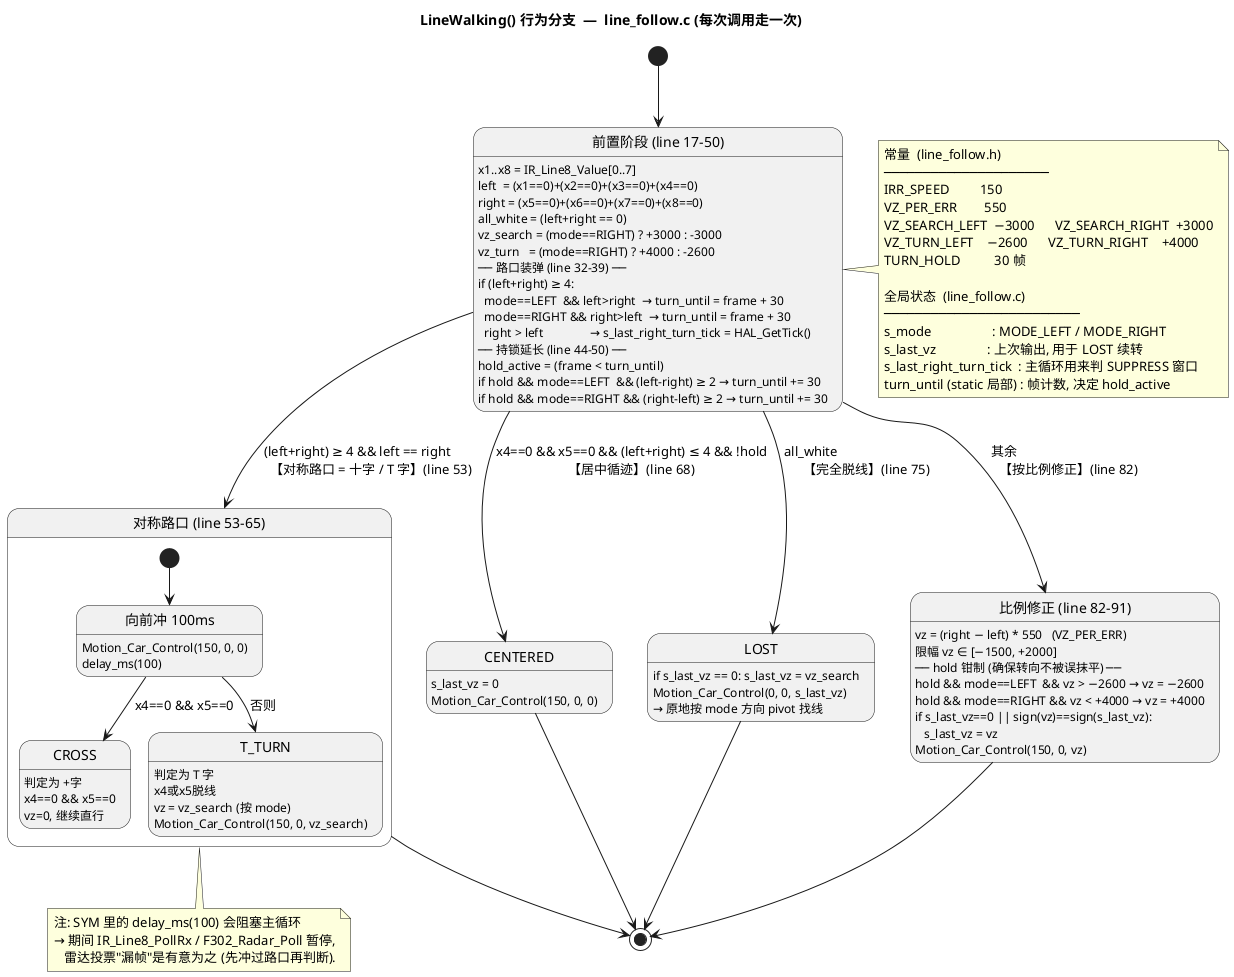
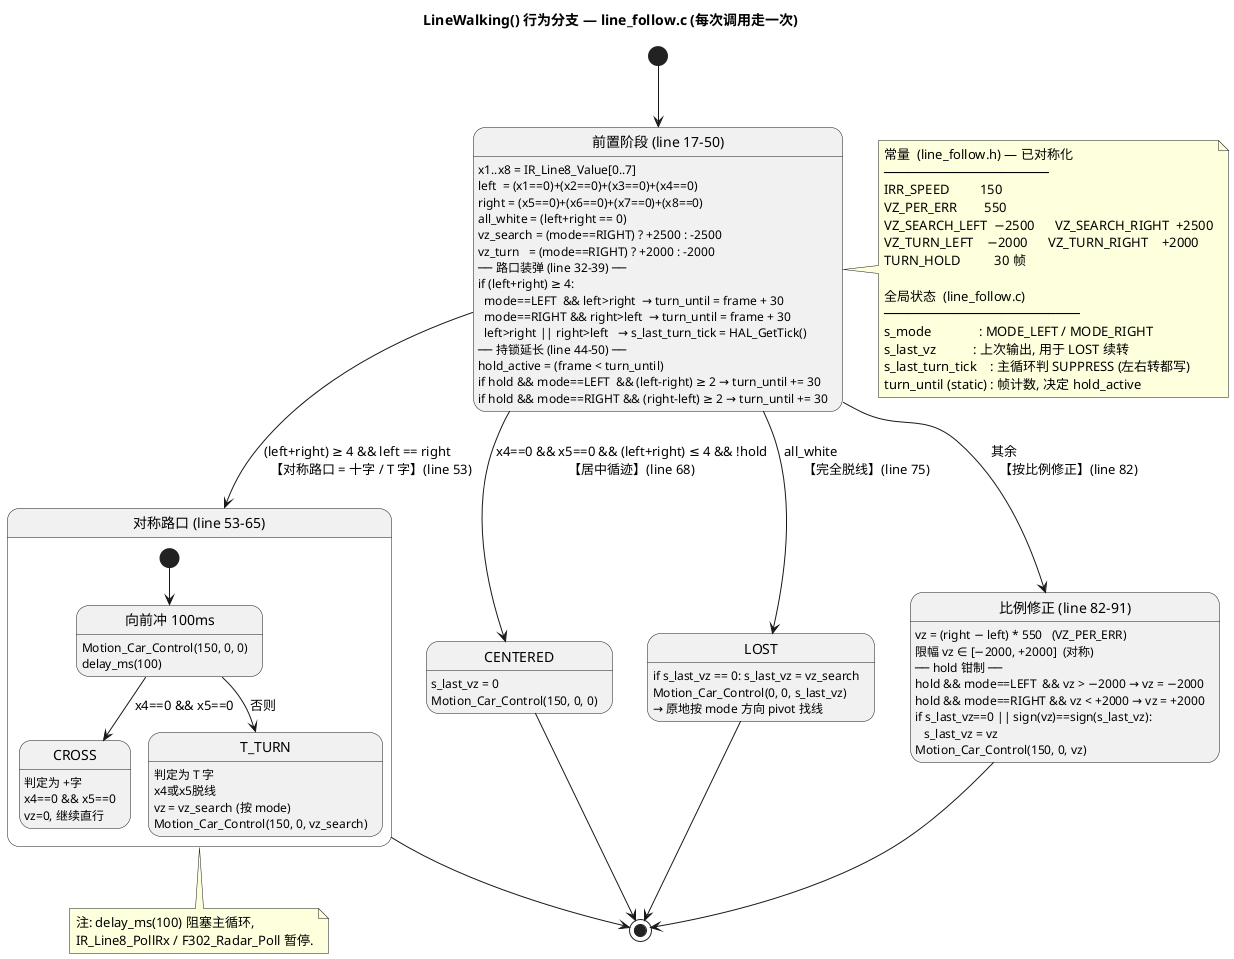
@startuml line_walking
- title LineWalking() 行为分支  —  line_follow.c (每次调用走一次)
+ title LineWalking() 行为分支 — line_follow.c (每次调用走一次)
hide empty description

[*] --> PRE

state "前置阶段 (line 17-50)" as PRE {
-   PRE : x1..x8 = IR_Line8_Value[0..7]\nleft  = (x1==0)+(x2==0)+(x3==0)+(x4==0)\nright = (x5==0)+(x6==0)+(x7==0)+(x8==0)\nall_white = (left+right == 0)\nvz_search = (mode==RIGHT) ? +3000 : -3000\nvz_turn   = (mode==RIGHT) ? +4000 : -2600
-   PRE : ── 路口装弹 (line 32-39) ──\nif (left+right) ≥ 4:\n  mode==LEFT  && left>right  → turn_until = frame + 30\n  mode==RIGHT && right>left  → turn_until = frame + 30\n  right > left               → s_last_right_turn_tick = HAL_GetTick()
+   PRE : x1..x8 = IR_Line8_Value[0..7]\nleft  = (x1==0)+(x2==0)+(x3==0)+(x4==0)\nright = (x5==0)+(x6==0)+(x7==0)+(x8==0)\nall_white = (left+right == 0)\nvz_search = (mode==RIGHT) ? +2500 : -2500\nvz_turn   = (mode==RIGHT) ? +2000 : -2000
+   PRE : ── 路口装弹 (line 32-39) ──\nif (left+right) ≥ 4:\n  mode==LEFT  && left>right  → turn_until = frame + 30\n  mode==RIGHT && right>left  → turn_until = frame + 30\n  left>right || right>left   → s_last_turn_tick = HAL_GetTick()
  PRE : ── 持锁延长 (line 44-50) ──\nhold_active = (frame < turn_until)\nif hold && mode==LEFT  && (left-right) ≥ 2 → turn_until += 30\nif hold && mode==RIGHT && (right-left) ≥ 2 → turn_until += 30
}

PRE --> SYM      : (left+right) ≥ 4 && left == right        \n【对称路口 = 十字 / T 字】(line 53)
PRE --> CENTERED : x4==0 && x5==0 && (left+right) ≤ 4 && !hold\n【居中循迹】(line 68)
PRE --> LOST     : all_white                                 \n【完全脱线】(line 75)
PRE --> PROP     : 其余                                      \n【按比例修正】(line 82)

state "对称路口 (line 53-65)" as SYM {
  state "向前冲 100ms" as FWD
  FWD : Motion_Car_Control(150, 0, 0)\ndelay_ms(100)
  state CROSS  : 判定为 +字\nx4==0 && x5==0\nvz=0, 继续直行
  state T_TURN : 判定为 T 字\nx4或x5脱线\nvz = vz_search (按 mode)\nMotion_Car_Control(150, 0, vz_search)

  [*] --> FWD
  FWD --> CROSS  : x4==0 && x5==0
  FWD --> T_TURN : 否则
}

state CENTERED {
  CENTERED : s_last_vz = 0\nMotion_Car_Control(150, 0, 0)
}

state LOST {
  LOST : if s_last_vz == 0: s_last_vz = vz_search\nMotion_Car_Control(0, 0, s_last_vz)\n→ 原地按 mode 方向 pivot 找线
}

state "比例修正 (line 82-91)" as PROP {
-   PROP : vz = (right − left) * 550   (VZ_PER_ERR)\n限幅 vz ∈ [−1500, +2000]\n── hold 钳制 (确保转向不被误抹平) ──\nhold && mode==LEFT  && vz > −2600 → vz = −2600\nhold && mode==RIGHT && vz < +4000 → vz = +4000\nif s_last_vz==0 || sign(vz)==sign(s_last_vz):\n   s_last_vz = vz\nMotion_Car_Control(150, 0, vz)
+   PROP : vz = (right − left) * 550   (VZ_PER_ERR)\n限幅 vz ∈ [−2000, +2000]  (对称)\n── hold 钳制 ──\nhold && mode==LEFT  && vz > −2000 → vz = −2000\nhold && mode==RIGHT && vz < +2000 → vz = +2000\nif s_last_vz==0 || sign(vz)==sign(s_last_vz):\n   s_last_vz = vz\nMotion_Car_Control(150, 0, vz)
}

SYM      --> [*]
CENTERED --> [*]
LOST     --> [*]
PROP     --> [*]

note right of PRE
-   常量  (line_follow.h)
+   常量  (line_follow.h) — 已对称化
  ─────────────────────
  IRR_SPEED         150
  VZ_PER_ERR        550
-   VZ_SEARCH_LEFT  −3000      VZ_SEARCH_RIGHT  +3000
-   VZ_TURN_LEFT    −2600      VZ_TURN_RIGHT    +4000
+   VZ_SEARCH_LEFT  −2500      VZ_SEARCH_RIGHT  +2500
+   VZ_TURN_LEFT    −2000      VZ_TURN_RIGHT    +2000
  TURN_HOLD          30 帧

  全局状态  (line_follow.c)
  ─────────────────────────
-   s_mode                  : MODE_LEFT / MODE_RIGHT
-   s_last_vz               : 上次输出, 用于 LOST 续转
-   s_last_right_turn_tick  : 主循环用来判 SUPPRESS 窗口
-   turn_until (static 局部) : 帧计数, 决定 hold_active
+   s_mode              : MODE_LEFT / MODE_RIGHT
+   s_last_vz           : 上次输出, 用于 LOST 续转
+   s_last_turn_tick    : 主循环判 SUPPRESS (左右转都写)
+   turn_until (static) : 帧计数, 决定 hold_active
end note

note bottom of SYM
-   注: SYM 里的 delay_ms(100) 会阻塞主循环
-   → 期间 IR_Line8_PollRx / F302_Radar_Poll 暂停,
-      雷达投票"漏帧"是有意为之 (先冲过路口再判断).
+   注: delay_ms(100) 阻塞主循环,
+   IR_Line8_PollRx / F302_Radar_Poll 暂停.
end note

@enduml
